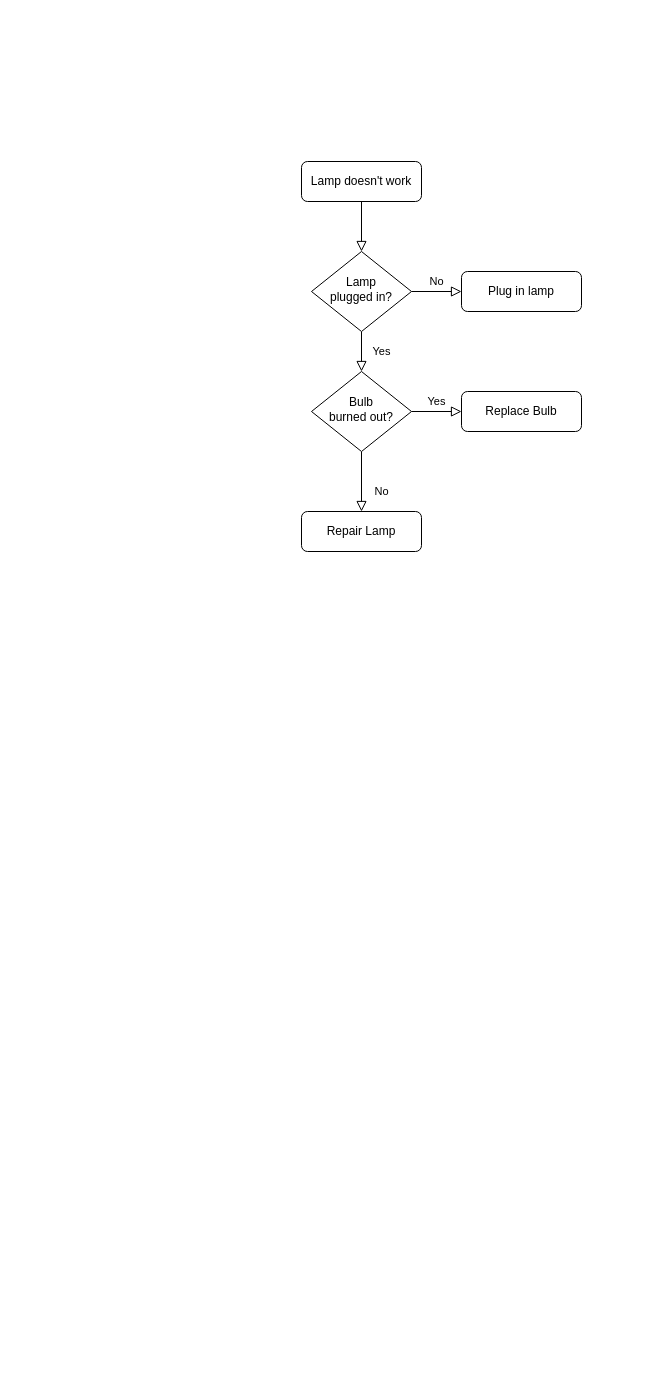
Earlier version of the draw.io diagram Untitled Diagram.drawio (VoHoAnhTuan/Diagrams). Source tidied: cells renumbered, new cells numbered last; positions are measured from the earlier drawing's top-left corner, leaving out a move shared by most shapes. Both pictures are drawn from the tidied source at 100%, with x=0, y=0 at pixel (301, 161).
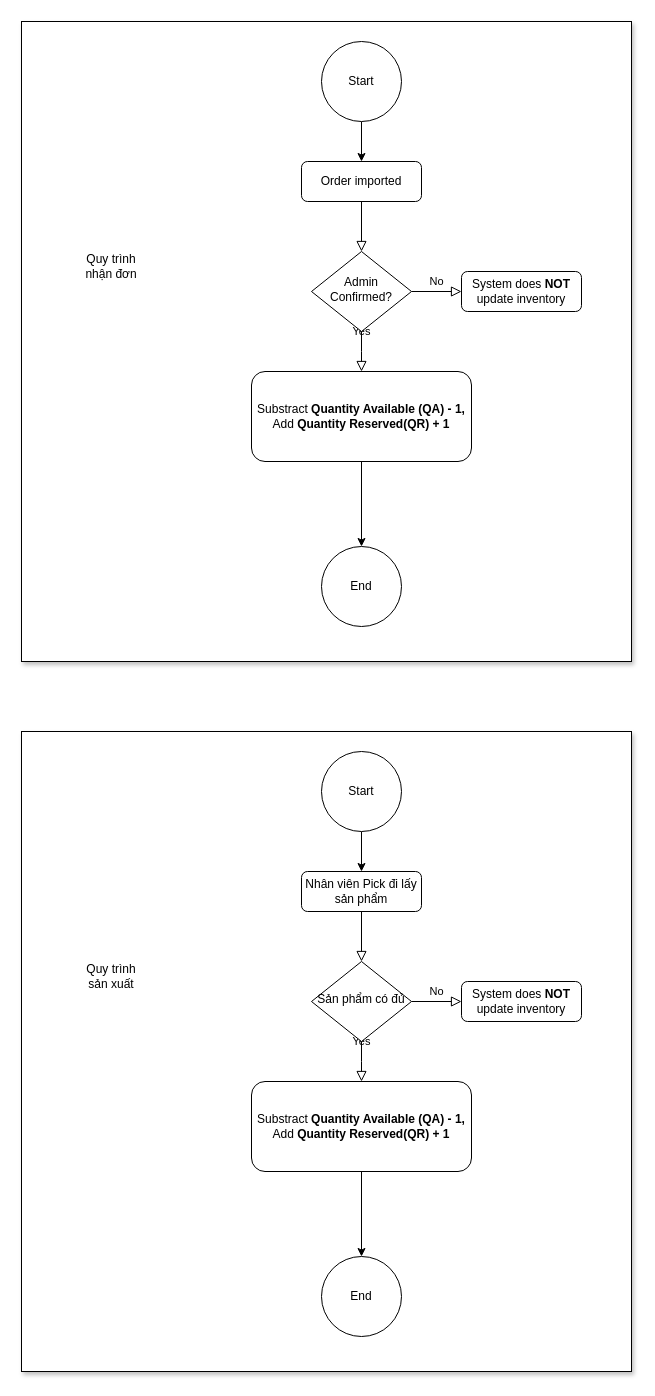
After the change.

What changed in the source:
```diff
@@
+    <mxCell id="13" style="rounded=0;whiteSpace=wrap;html=1;shadow=1;" parent="1" vertex="1">
+      <mxGeometry x="-280" y="-140" width="610" height="640" as="geometry" />
+    </mxCell>
@@
-    <mxCell id="3" value="Lamp doesn't work" style="rounded=1;whiteSpace=wrap;html=1;fontSize=12;glass=0;strokeWidth=1;shadow=0;" parent="1" vertex="1">
+    <mxCell id="3" value="Order imported" style="rounded=1;whiteSpace=wrap;html=1;fontSize=12;glass=0;strokeWidth=1;shadow=0;" parent="1" vertex="1">
       <mxGeometry width="120" height="40" as="geometry" />
     </mxCell>
-    <mxCell id="4" value="Yes" style="rounded=0;html=1;jettySize=auto;fontSize=11;endArrow=block;endFill=0;endSize=8;strokeWidth=1;shadow=0;labelBackgroundColor=none;edgeStyle=orthogonalEdgeStyle;" parent="1" edge="1" source="6" target="10">
-      <mxGeometry y="20" relative="1" as="geometry" />
+    <mxCell id="4" value="Yes" style="rounded=0;html=1;jettySize=auto;fontSize=11;endArrow=block;endFill=0;endSize=8;strokeWidth=1;shadow=0;labelBackgroundColor=none;edgeStyle=orthogonalEdgeStyle;" parent="1" edge="1" source="6">
+      <mxGeometry y="20" relative="1" as="geometry">
+        <mxPoint x="60" y="210" as="targetPoint" />
+      </mxGeometry>
     </mxCell>
@@
-    <mxCell id="6" value="Lamp&lt;br&gt;plugged in?" style="rhombus;whiteSpace=wrap;html=1;shadow=0;fontFamily=Helvetica;fontSize=12;align=center;strokeWidth=1;spacing=6;spacingTop=-4;" parent="1" vertex="1">
+    <mxCell id="6" value="Admin Confirmed?" style="rhombus;whiteSpace=wrap;html=1;shadow=0;fontFamily=Helvetica;fontSize=12;align=center;strokeWidth=1;spacing=6;spacingTop=-4;" parent="1" vertex="1">
       <mxGeometry x="10" y="90" width="100" height="80" as="geometry" />
     </mxCell>
-    <mxCell id="7" value="Plug in lamp" style="rounded=1;whiteSpace=wrap;html=1;fontSize=12;glass=0;strokeWidth=1;shadow=0;" parent="1" vertex="1">
+    <mxCell id="7" value="System does &lt;b&gt;NOT &lt;/b&gt;update inventory" style="rounded=1;whiteSpace=wrap;html=1;fontSize=12;glass=0;strokeWidth=1;shadow=0;" parent="1" vertex="1">
       <mxGeometry x="160" y="110" width="120" height="40" as="geometry" />
     </mxCell>
+    <mxCell id="14" style="edgeStyle=orthogonalEdgeStyle;rounded=0;jettySize=auto;html=1;" parent="1" edge="1" source="12" target="17">
+      <mxGeometry relative="1" as="geometry" />
+    </mxCell>
+    <mxCell id="12" value="Substract &lt;b&gt;Quantity Available (QA) - 1,&lt;/b&gt;&lt;div&gt;Add &lt;b&gt;Quantity Reserved(QR) + 1&lt;/b&gt;&lt;/div&gt;" style="rounded=1;whiteSpace=wrap;html=1;fontSize=12;glass=0;strokeWidth=1;shadow=0;" parent="1" vertex="1">
+      <mxGeometry x="-50" y="210" width="220" height="90" as="geometry" />
+    </mxCell>
+    <mxCell id="15" style="edgeStyle=orthogonalEdgeStyle;rounded=0;jettySize=auto;html=1;" parent="1" edge="1" source="16" target="3">
+      <mxGeometry relative="1" as="geometry" />
+    </mxCell>
+    <mxCell id="16" value="Start" style="ellipse;whiteSpace=wrap;html=1;" parent="1" vertex="1">
+      <mxGeometry x="20" y="-120" width="80" height="80" as="geometry" />
+    </mxCell>
+    <mxCell id="17" value="End" style="ellipse;whiteSpace=wrap;html=1;rounded=1;glass=0;strokeWidth=1;shadow=0;" parent="1" vertex="1">
+      <mxGeometry x="20" y="385" width="80" height="80" as="geometry" />
+    </mxCell>
+    <mxCell id="18" value="Quy trình nhận đơn" style="text;html=1;whiteSpace=wrap;strokeColor=none;fillColor=none;align=center;verticalAlign=middle;rounded=0;" parent="1" vertex="1">
+      <mxGeometry x="-220" y="90" width="60" height="30" as="geometry" />
+    </mxCell>
+    <mxCell id="19" style="rounded=0;whiteSpace=wrap;html=1;shadow=1;" parent="1" vertex="1">
+      <mxGeometry x="-280" y="570" width="610" height="640" as="geometry" />
+    </mxCell>
+    <mxCell id="20" style="rounded=0;html=1;jettySize=auto;fontSize=11;endArrow=block;endFill=0;endSize=8;strokeWidth=1;shadow=0;labelBackgroundColor=none;edgeStyle=orthogonalEdgeStyle;" parent="1" edge="1" source="21" target="22">
+      <mxGeometry relative="1" as="geometry" />
+    </mxCell>
+    <mxCell id="21" value="Nhân viên Pick đi lấy sản phẩm" style="rounded=1;whiteSpace=wrap;html=1;fontSize=12;glass=0;strokeWidth=1;shadow=0;" parent="1" vertex="1">
+      <mxGeometry y="710" width="120" height="40" as="geometry" />
+    </mxCell>
+    <mxCell id="9" value="Yes" style="rounded=0;html=1;jettySize=auto;fontSize=11;endArrow=block;endFill=0;endSize=8;strokeWidth=1;shadow=0;labelBackgroundColor=none;edgeStyle=orthogonalEdgeStyle;" parent="1" edge="1" source="22">
+      <mxGeometry y="20" relative="1" as="geometry">
+        <mxPoint x="60" y="920" as="targetPoint" />
+      </mxGeometry>
+    </mxCell>
-    <mxCell id="8" value="No" style="rounded=0;html=1;jettySize=auto;fontSize=11;endArrow=block;endFill=0;endSize=8;strokeWidth=1;shadow=0;labelBackgroundColor=none;edgeStyle=orthogonalEdgeStyle;" parent="1" edge="1" source="10" target="11">
-      <mxGeometry x="0.33" y="20" relative="1" as="geometry" />
+    <mxCell id="8" value="No" style="edgeStyle=orthogonalEdgeStyle;rounded=0;html=1;jettySize=auto;fontSize=11;endArrow=block;endFill=0;endSize=8;strokeWidth=1;shadow=0;labelBackgroundColor=none;" parent="1" edge="1" source="22" target="23">
+      <mxGeometry y="10" relative="1" as="geometry" />
     </mxCell>
-    <mxCell id="9" value="Yes" style="edgeStyle=orthogonalEdgeStyle;rounded=0;html=1;jettySize=auto;fontSize=11;endArrow=block;endFill=0;endSize=8;strokeWidth=1;shadow=0;labelBackgroundColor=none;" parent="1" edge="1" source="10" target="12">
-      <mxGeometry y="10" relative="1" as="geometry" />
-    </mxCell>
-    <mxCell id="10" value="Bulb&lt;br&gt;burned out?" style="rhombus;whiteSpace=wrap;html=1;shadow=0;fontFamily=Helvetica;fontSize=12;align=center;strokeWidth=1;spacing=6;spacingTop=-4;" parent="1" vertex="1">
-      <mxGeometry x="10" y="210" width="100" height="80" as="geometry" />
-    </mxCell>
-    <mxCell id="11" value="Repair Lamp" style="rounded=1;whiteSpace=wrap;html=1;fontSize=12;glass=0;strokeWidth=1;shadow=0;" parent="1" vertex="1">
-      <mxGeometry y="350" width="120" height="40" as="geometry" />
-    </mxCell>
-    <mxCell id="12" value="Replace Bulb" style="rounded=1;whiteSpace=wrap;html=1;fontSize=12;glass=0;strokeWidth=1;shadow=0;" parent="1" vertex="1">
-      <mxGeometry x="160" y="230" width="120" height="40" as="geometry" />
-    </mxCell>
+    <mxCell id="22" value="Sản phẩm có đủ" style="rhombus;whiteSpace=wrap;html=1;shadow=0;fontFamily=Helvetica;fontSize=12;align=center;strokeWidth=1;spacing=6;spacingTop=-4;" parent="1" vertex="1">
+      <mxGeometry x="10" y="800" width="100" height="80" as="geometry" />
+    </mxCell>
+    <mxCell id="23" value="System does &lt;b&gt;NOT &lt;/b&gt;update inventory" style="rounded=1;whiteSpace=wrap;html=1;fontSize=12;glass=0;strokeWidth=1;shadow=0;" parent="1" vertex="1">
+      <mxGeometry x="160" y="820" width="120" height="40" as="geometry" />
+    </mxCell>
+    <mxCell id="24" style="edgeStyle=orthogonalEdgeStyle;rounded=0;jettySize=auto;html=1;" parent="1" edge="1" source="25" target="28">
+      <mxGeometry relative="1" as="geometry" />
+    </mxCell>
+    <mxCell id="25" value="Substract &lt;b&gt;Quantity Available (QA) - 1,&lt;/b&gt;&lt;div&gt;Add &lt;b&gt;Quantity Reserved(QR) + 1&lt;/b&gt;&lt;/div&gt;" style="rounded=1;whiteSpace=wrap;html=1;fontSize=12;glass=0;strokeWidth=1;shadow=0;" parent="1" vertex="1">
+      <mxGeometry x="-50" y="920" width="220" height="90" as="geometry" />
+    </mxCell>
+    <mxCell id="26" style="edgeStyle=orthogonalEdgeStyle;rounded=0;jettySize=auto;html=1;" parent="1" edge="1" source="27" target="21">
+      <mxGeometry relative="1" as="geometry" />
+    </mxCell>
+    <mxCell id="27" value="Start" style="ellipse;whiteSpace=wrap;html=1;" parent="1" vertex="1">
+      <mxGeometry x="20" y="590" width="80" height="80" as="geometry" />
+    </mxCell>
+    <mxCell id="28" value="End" style="ellipse;whiteSpace=wrap;html=1;rounded=1;glass=0;strokeWidth=1;shadow=0;" parent="1" vertex="1">
+      <mxGeometry x="20" y="1095" width="80" height="80" as="geometry" />
+    </mxCell>
+    <mxCell id="29" value="Quy trình sản xuất" style="text;html=1;whiteSpace=wrap;strokeColor=none;fillColor=none;align=center;verticalAlign=middle;rounded=0;" parent="1" vertex="1">
+      <mxGeometry x="-220" y="800" width="60" height="30" as="geometry" />
+    </mxCell>
```
